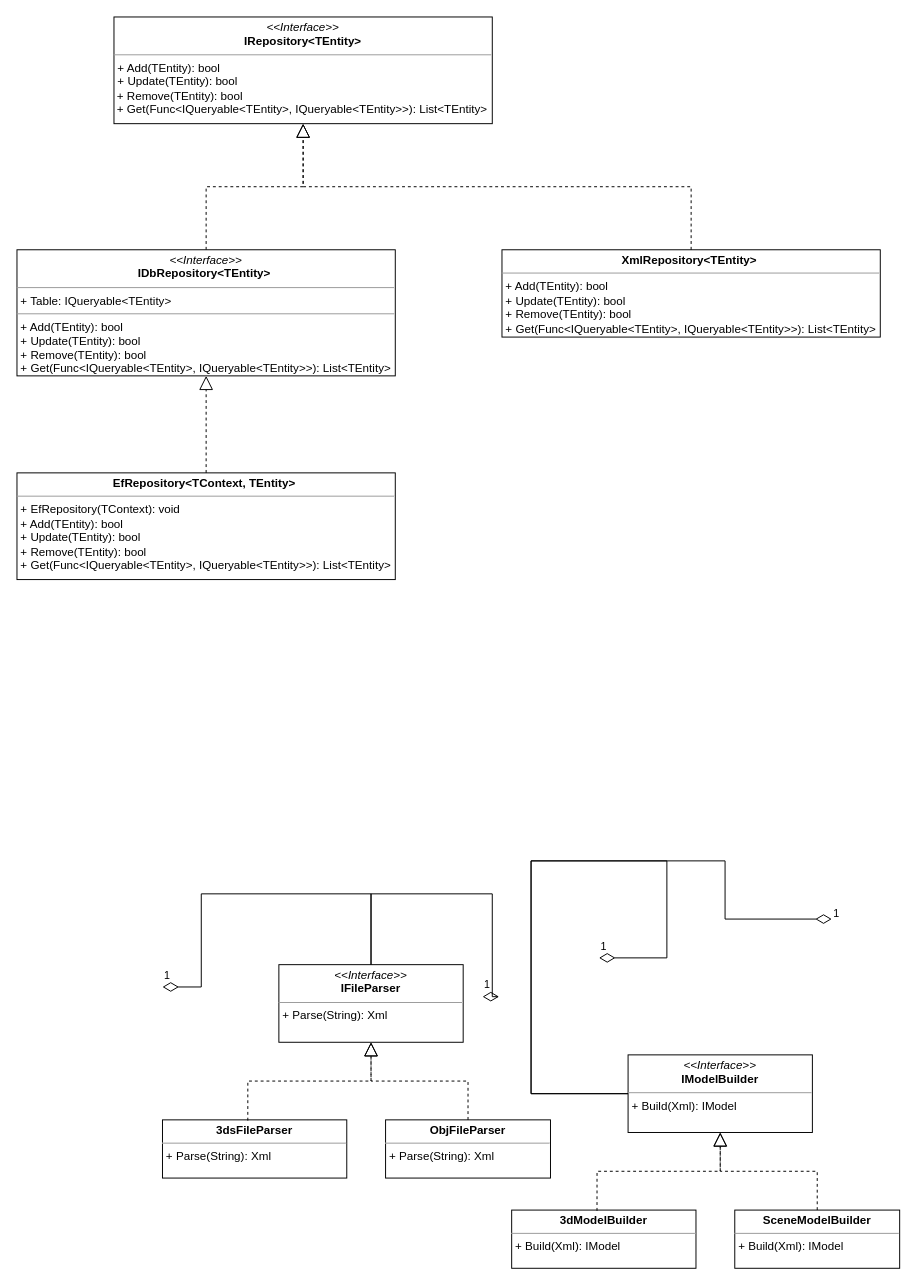
Earlier version of the draw.io diagram page "Repository" (1 of 3) of module_3/UML_Classes.drawio (SheinEA/gb_architect). Source tidied: cells renumbered, new cells numbered last; positions are measured from the earlier drawing's top-left corner, leaving out a move shared by most shapes. Both pictures are drawn from the tidied source at 97%, with x=0, y=0 at pixel (16, 16).
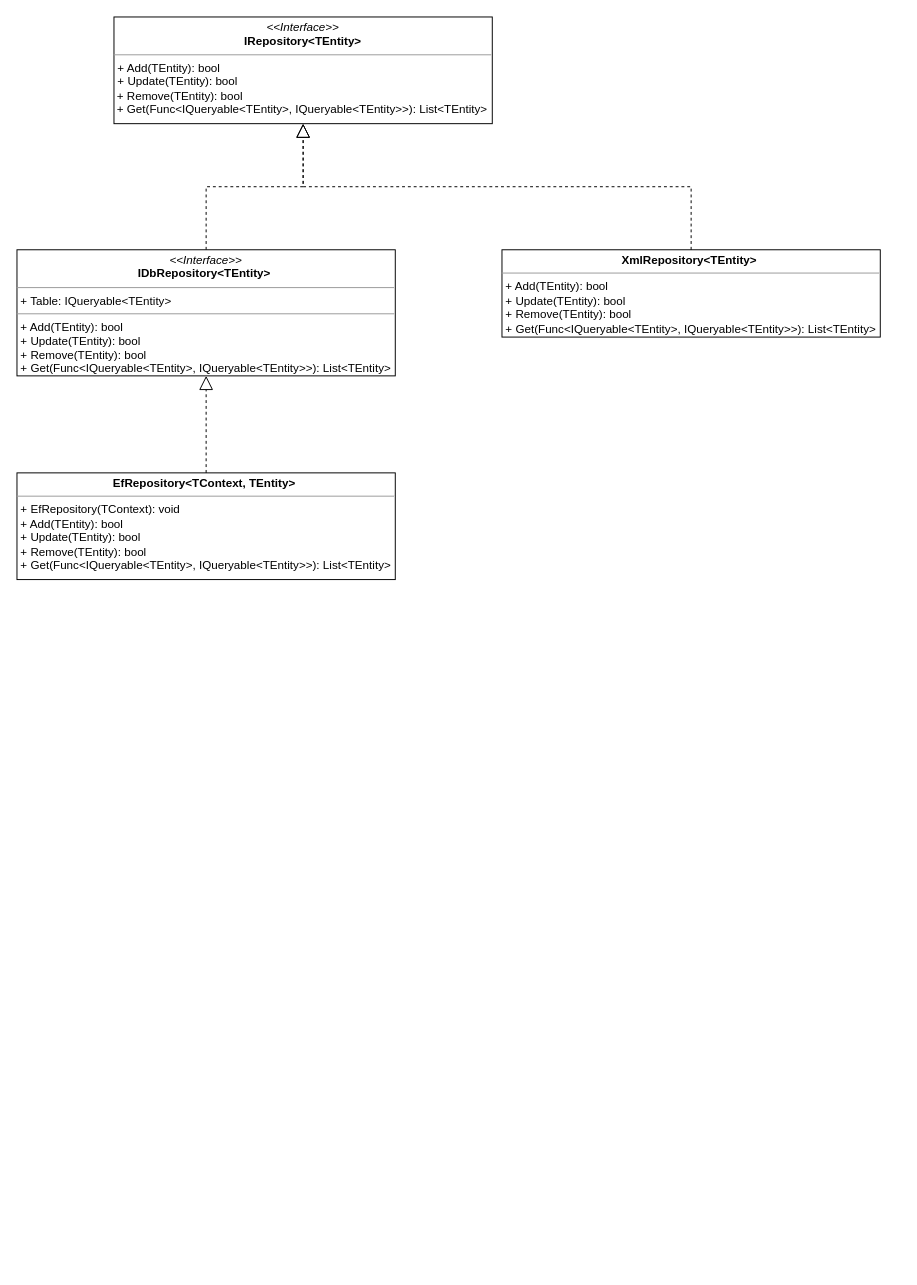
Above is the later version.

What changed in the source:
```diff
@@
-    <mxCell id="6" value="&lt;p style=&quot;margin: 0px ; margin-top: 4px ; text-align: center&quot;&gt;&lt;i&gt;&amp;lt;&amp;lt;Interface&amp;gt;&amp;gt;&lt;/i&gt;&lt;br&gt;&lt;b&gt;IFileParser&lt;/b&gt;&lt;/p&gt;&lt;hr size=&quot;1&quot;&gt;&lt;p style=&quot;margin: 0px ; margin-left: 4px&quot;&gt;+ Parse(String): Xml&lt;br&gt;&lt;/p&gt;" style="verticalAlign=top;align=left;overflow=fill;fontSize=12;fontFamily=Helvetica;html=1;" parent="1" vertex="1">
-      <mxGeometry x="270" y="977" width="190" height="80" as="geometry" />
-    </mxCell>
-    <mxCell id="7" value="&lt;p style=&quot;margin: 0px ; margin-top: 4px ; text-align: center&quot;&gt;&lt;b&gt;3dsFileParser&lt;/b&gt;&lt;/p&gt;&lt;hr size=&quot;1&quot;&gt;&lt;p style=&quot;margin: 0px ; margin-left: 4px&quot;&gt;+ Parse(String): Xml&lt;br&gt;&lt;/p&gt;" style="verticalAlign=top;align=left;overflow=fill;fontSize=12;fontFamily=Helvetica;html=1;" parent="1" vertex="1">
-      <mxGeometry x="150" y="1137" width="190" height="60" as="geometry" />
-    </mxCell>
-    <mxCell id="8" value="&lt;p style=&quot;outline: 0px ; margin: 4px 0px 0px ; text-align: center&quot;&gt;&lt;b style=&quot;outline: 0px&quot;&gt;ObjFileParser&lt;/b&gt;&lt;/p&gt;&lt;hr size=&quot;1&quot;&gt;&lt;p style=&quot;margin: 0px 0px 0px 4px&quot;&gt;+ Parse(String): Xml&lt;/p&gt;" style="verticalAlign=top;align=left;overflow=fill;fontSize=12;fontFamily=Helvetica;html=1;" parent="1" vertex="1">
-      <mxGeometry x="380" y="1137" width="170" height="60" as="geometry" />
-    </mxCell>
-    <mxCell id="9" style="endArrow=block;dashed=1;endFill=0;endSize=12;html=1;entryX=0.5;entryY=1;entryDx=0;entryDy=0;exitX=0.463;exitY=0.013;exitDx=0;exitDy=0;exitPerimeter=0;edgeStyle=orthogonalEdgeStyle;rounded=0;" parent="1" edge="1" source="7" target="6">
-      <mxGeometry relative="1" as="geometry" />
-    </mxCell>
-    <mxCell id="10" style="endArrow=block;dashed=1;endFill=0;endSize=12;html=1;exitX=0.5;exitY=0;exitDx=0;exitDy=0;edgeStyle=orthogonalEdgeStyle;rounded=0;" parent="1" edge="1" source="8" target="6">
-      <mxGeometry relative="1" as="geometry" />
-    </mxCell>
-    <mxCell id="11" value="&lt;p style=&quot;margin: 0px ; margin-top: 4px ; text-align: center&quot;&gt;&lt;i&gt;&amp;lt;&amp;lt;Interface&amp;gt;&amp;gt;&lt;/i&gt;&lt;br&gt;&lt;b&gt;IModelBuilder&lt;/b&gt;&lt;/p&gt;&lt;hr size=&quot;1&quot;&gt;&lt;p style=&quot;margin: 0px ; margin-left: 4px&quot;&gt;+ Build(Xml): IModel&lt;br&gt;&lt;/p&gt;" style="verticalAlign=top;align=left;overflow=fill;fontSize=12;fontFamily=Helvetica;html=1;" parent="1" vertex="1">
-      <mxGeometry x="630" y="1070" width="190" height="80" as="geometry" />
-    </mxCell>
-    <mxCell id="12" value="&lt;p style=&quot;margin: 0px ; margin-top: 4px ; text-align: center&quot;&gt;&lt;b&gt;3dModelBuilder&lt;/b&gt;&lt;/p&gt;&lt;hr size=&quot;1&quot;&gt;&lt;p style=&quot;margin: 0px ; margin-left: 4px&quot;&gt;+ Build(Xml): IModel&lt;br&gt;&lt;/p&gt;" style="verticalAlign=top;align=left;overflow=fill;fontSize=12;fontFamily=Helvetica;html=1;" parent="1" vertex="1">
-      <mxGeometry x="510" y="1230" width="190" height="60" as="geometry" />
-    </mxCell>
-    <mxCell id="13" value="&lt;p style=&quot;outline: 0px ; margin: 4px 0px 0px ; text-align: center&quot;&gt;&lt;b style=&quot;outline: 0px&quot;&gt;SceneModelBuilder&lt;/b&gt;&lt;/p&gt;&lt;hr size=&quot;1&quot;&gt;&lt;p style=&quot;margin: 0px 0px 0px 4px&quot;&gt;+ Build(Xml): IModel&lt;br&gt;&lt;/p&gt;" style="verticalAlign=top;align=left;overflow=fill;fontSize=12;fontFamily=Helvetica;html=1;" parent="1" vertex="1">
-      <mxGeometry x="740" y="1230" width="170" height="60" as="geometry" />
-    </mxCell>
-    <mxCell id="14" style="endArrow=block;dashed=1;endFill=0;endSize=12;html=1;entryX=0.5;entryY=1;entryDx=0;entryDy=0;exitX=0.463;exitY=0.013;exitDx=0;exitDy=0;exitPerimeter=0;edgeStyle=orthogonalEdgeStyle;rounded=0;" parent="1" edge="1" source="12" target="11">
-      <mxGeometry relative="1" as="geometry" />
-    </mxCell>
-    <mxCell id="15" style="endArrow=block;dashed=1;endFill=0;endSize=12;html=1;exitX=0.5;exitY=0;exitDx=0;exitDy=0;edgeStyle=orthogonalEdgeStyle;rounded=0;" parent="1" edge="1" source="13" target="11">
-      <mxGeometry relative="1" as="geometry" />
-    </mxCell>
-    <mxCell id="16" value="1" style="endArrow=none;html=1;endSize=12;startArrow=diamondThin;startSize=14;startFill=0;edgeStyle=orthogonalEdgeStyle;align=left;verticalAlign=bottom;endFill=0;rounded=0;" parent="1" edge="1" target="6">
-      <mxGeometry x="-1" y="3" relative="1" as="geometry">
-        <mxPoint x="150" y="1000" as="sourcePoint" />
-        <Array as="points">
-          <mxPoint x="190" y="904" />
-          <mxPoint x="365" y="904" />
-        </Array>
-      </mxGeometry>
-    </mxCell>
-    <mxCell id="17" value="1" style="endArrow=none;html=1;endSize=12;startArrow=diamondThin;startSize=14;startFill=0;edgeStyle=orthogonalEdgeStyle;align=left;verticalAlign=bottom;endFill=0;rounded=0;" parent="1" edge="1" target="6">
-      <mxGeometry x="-1" y="3" relative="1" as="geometry">
-        <mxPoint x="480" y="1010" as="sourcePoint" />
-        <Array as="points">
-          <mxPoint x="490" y="904" />
-          <mxPoint x="365" y="904" />
-        </Array>
-      </mxGeometry>
-    </mxCell>
-    <mxCell id="18" value="1" style="endArrow=none;html=1;endSize=12;startArrow=diamondThin;startSize=14;startFill=0;edgeStyle=orthogonalEdgeStyle;align=left;verticalAlign=bottom;endFill=0;rounded=0;entryX=0;entryY=0.5;entryDx=0;entryDy=0;" parent="1" edge="1" target="11">
-      <mxGeometry x="-1" y="3" relative="1" as="geometry">
-        <mxPoint x="600" y="970" as="sourcePoint" />
-        <Array as="points">
-          <mxPoint x="670" y="970" />
-          <mxPoint x="670" y="870" />
-          <mxPoint x="530" y="870" />
-          <mxPoint x="530" y="1110" />
-        </Array>
-      </mxGeometry>
-    </mxCell>
-    <mxCell id="19" value="1" style="endArrow=none;html=1;endSize=12;startArrow=diamondThin;startSize=14;startFill=0;edgeStyle=orthogonalEdgeStyle;align=left;verticalAlign=bottom;endFill=0;rounded=0;" parent="1" edge="1" target="11">
-      <mxGeometry x="-1" y="3" relative="1" as="geometry">
-        <mxPoint x="840" y="930" as="sourcePoint" />
-        <Array as="points">
-          <mxPoint x="730" y="870" />
-          <mxPoint x="530" y="870" />
-          <mxPoint x="530" y="1110" />
-        </Array>
-      </mxGeometry>
-    </mxCell>
```
